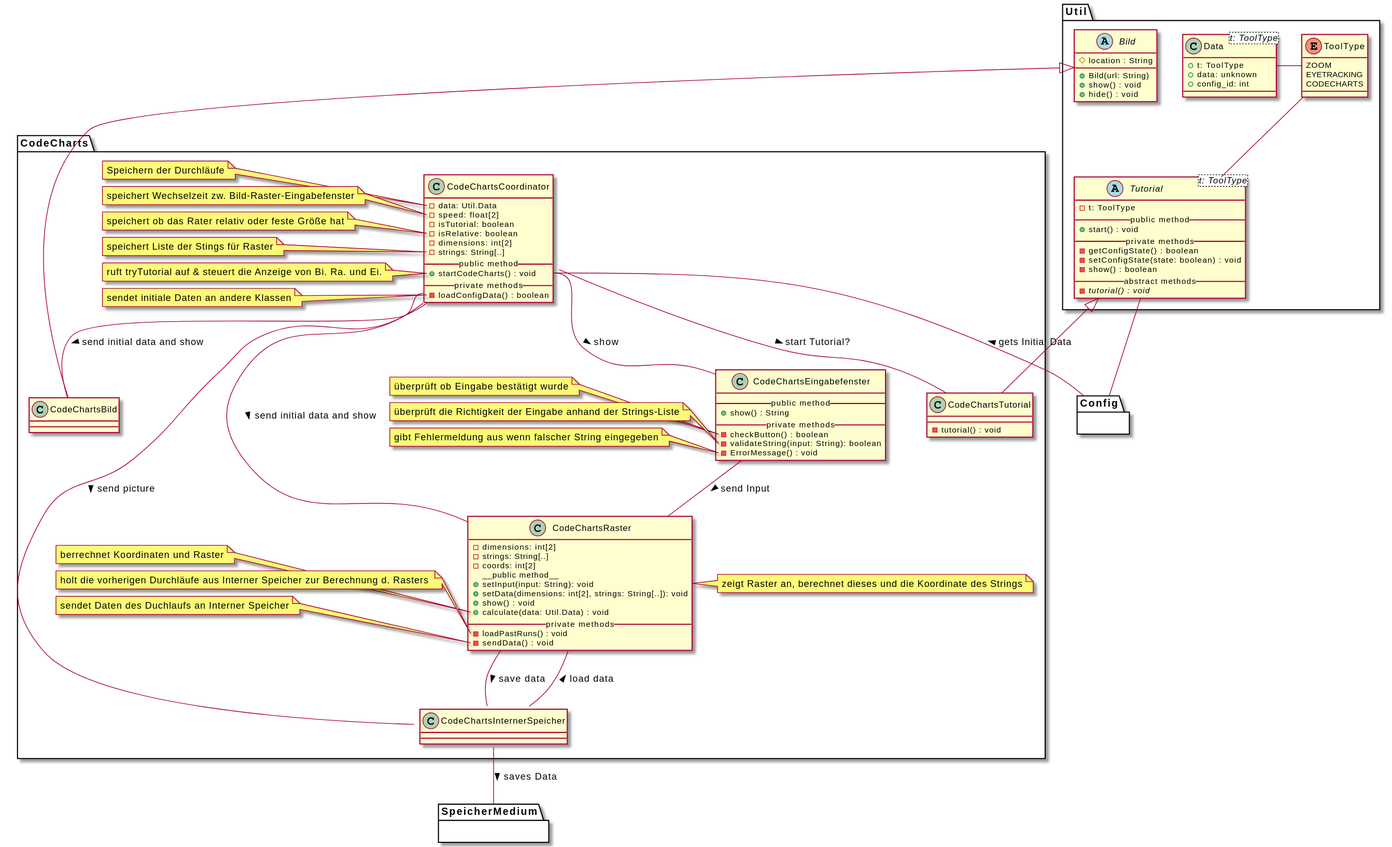
weichware10/meilensteine keeps this PlantUML diagram as meilenstein_03/uml-code_charts/kommentiert/code_charts_commented.svg. Above is the earlier version. Source of this version:
```plantuml
@startuml
top to bottom direction

package Util {
    abstract Tutorial<t: ToolType> {
      - t: ToolType
      __public method__
      + start() : void
      __private methods__
      - getConfigState() : boolean
      - setConfigState(state: boolean) : void
      - show() : boolean
      __abstract methods__
      - {abstract} tutorial() : void
    }

    enum ToolType {
        ZOOM
        EYETRACKING
        CODECHARTS
    }

    Tutorial -u- ToolType
    Data -r- ToolType
    Tutorial -d- Config



    abstract Bild {
        # location : String
        + Bild(url: String)
        + show() : void
        + hide() : void
    }

    class Data<t: ToolType> {
        + t: ToolType
        + data: unknown
        + config_id: int
    }
}

package CodeCharts {

    class CodeChartsTutorial {
      - tutorial() : void
    }

    class CodeChartsCoordinator {
        - data: Util.Data
        - speed: float[2]
        - isTutorial: boolean
        - isRelative: boolean
        - dimensions: int[2]
        - strings: String[..]
        __public method__
        + startCodeCharts() : void
        __private methods__
        - loadConfigData() : boolean
    }

    note left of CodeChartsCoordinator::data
        Speichern der Durchläufe
    end note
    note left of CodeChartsCoordinator::speed
        speichert Wechselzeit zw. Bild-Raster-Eingabefenster
    end note
    note left of CodeChartsCoordinator::isRelative
        speichert ob das Rater relativ oder feste Größe hat
    end note
    note left of CodeChartsCoordinator::strings
        speichert Liste der Stings für Raster
    end note
    note left of CodeChartsCoordinator::startCodeCharts
        ruft tryTutorial auf & steuert die Anzeige von Bi. Ra. und Ei.
    end note
    note left of CodeChartsCoordinator::loadConfigData
        sendet initiale Daten an andere Klassen
    end note

    class CodeChartsBild {
    }

    class CodeChartsRaster {
        - dimensions: int[2]
        - strings: String[..]
        - coords: int[2]
        __public method__
        + setInput(input: String): void
        + setData(dimensions: int[2], strings: String[..]): void
        + show() : void
        + calculate(data: Util.Data) : void
        __private methods__
        - loadPastRuns() : void
        - sendData() : void
    }

    note right of CodeChartsRaster
        zeigt Raster an, berechnet dieses und die Koordinate des Strings
    end note
    note left of CodeChartsRaster::calculate
        berrechnet Koordinaten und Raster
    end note
    note left of CodeChartsRaster::loadPastRuns
        holt die vorherigen Durchläufe aus Interner Speicher zur Berechnung d. Rasters
    end note
    note left of CodeChartsRaster::sendData
        sendet Daten des Duchlaufs an Interner Speicher
    end note

    class CodeChartsEingabefenster {
        __public method__
        + show() : String
        __private methods__
        - checkButton() : boolean
        - validateString(input: String): boolean
        - ErrorMessage() : void
    }

    note left of CodeChartsEingabefenster::checkButton
        überprüft ob Eingabe bestätigt wurde
    end note
    note left of CodeChartsEingabefenster::validateString
        überprüft die Richtigkeit der Eingabe anhand der Strings-Liste
    end note
    note left of CodeChartsEingabefenster::ErrorMessage
        gibt Fehlermeldung aus wenn falscher String eingegeben
    end note

    Bild <|-d- CodeChartsBild
    Tutorial <|-d- CodeChartsTutorial

    CodeChartsCoordinator -- CodeChartsBild : > send initial data and show
    CodeChartsCoordinator -- CodeChartsRaster : > send initial data and show
    CodeChartsCoordinator::startCodeCharts -- CodeChartsEingabefenster : > show
    CodeChartsCoordinator::loadConfigData -- CodeChartsInternerSpeicher : > send picture
    CodeChartsCoordinator::tryTutorial -- CodeChartsTutorial : > start Tutorial?
    CodeChartsRaster -- CodeChartsInternerSpeicher : < load data
    CodeChartsRaster -- CodeChartsInternerSpeicher : > save data
    CodeChartsEingabefenster -- CodeChartsRaster : > send Input



    CodeChartsInternerSpeicher::saveData -- SpeicherMedium : > saves Data
    CodeChartsCoordinator::startCodeCharts -- Config : < gets Initial Data

}

package Config {}

package SpeicherMedium {}
@enduml
```
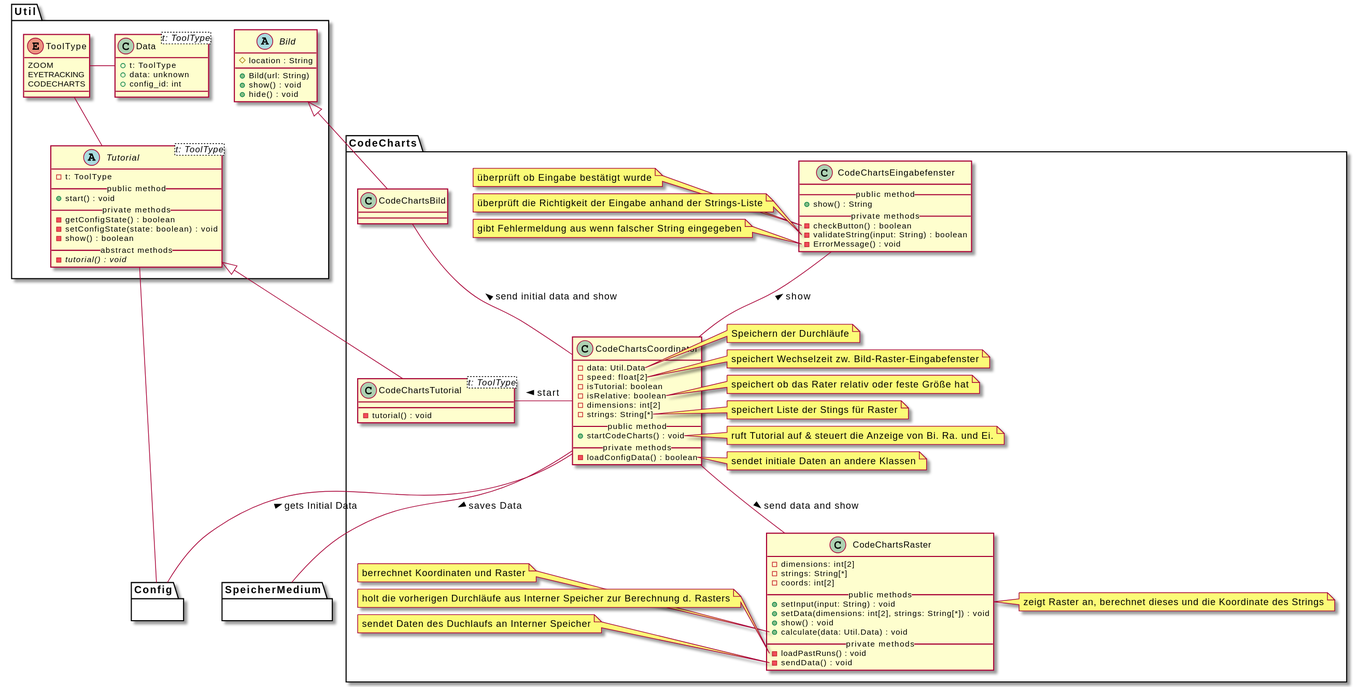
Above is the later version.

Commit message:
Render PlantUML SVGs

Diff of the diagram source:
```diff
@@ -3,15 +3,15 @@
 
 package Util {
     abstract Tutorial<t: ToolType> {
-      - t: ToolType
-      __public method__
-      + start() : void
-      __private methods__
-      - getConfigState() : boolean
-      - setConfigState(state: boolean) : void
-      - show() : boolean
-      __abstract methods__
-      - {abstract} tutorial() : void
+        - t: ToolType
+        __public method__
+        + start() : void
+        __private methods__
+        - getConfigState() : boolean
+        - setConfigState(state: boolean) : void
+        - show() : boolean
+        __abstract methods__
+        - {abstract} tutorial() : void
     }
 
     enum ToolType {
@@ -42,8 +42,8 @@
 
 package CodeCharts {
 
-    class CodeChartsTutorial {
-      - tutorial() : void
+    class CodeChartsTutorial<t: ToolType> {
+        - tutorial() : void
     }
 
     class CodeChartsCoordinator {
@@ -52,42 +52,41 @@
         - isTutorial: boolean
         - isRelative: boolean
         - dimensions: int[2]
-        - strings: String[..]
+        - strings: String[*]
         __public method__
         + startCodeCharts() : void
         __private methods__
         - loadConfigData() : boolean
     }
 
-    note left of CodeChartsCoordinator::data
+    note right of CodeChartsCoordinator::data
         Speichern der Durchläufe
     end note
-    note left of CodeChartsCoordinator::speed
+    note right of CodeChartsCoordinator::speed
         speichert Wechselzeit zw. Bild-Raster-Eingabefenster
     end note
-    note left of CodeChartsCoordinator::isRelative
+    note right of CodeChartsCoordinator::isRelative
         speichert ob das Rater relativ oder feste Größe hat
     end note
-    note left of CodeChartsCoordinator::strings
+    note right of CodeChartsCoordinator::strings
         speichert Liste der Stings für Raster
     end note
-    note left of CodeChartsCoordinator::startCodeCharts
-        ruft tryTutorial auf & steuert die Anzeige von Bi. Ra. und Ei.
+    note right of CodeChartsCoordinator::startCodeCharts
+        ruft Tutorial auf & steuert die Anzeige von Bi. Ra. und Ei.
     end note
-    note left of CodeChartsCoordinator::loadConfigData
+    note right of CodeChartsCoordinator::loadConfigData
         sendet initiale Daten an andere Klassen
     end note
 
-    class CodeChartsBild {
-    }
+    class CodeChartsBild
 
     class CodeChartsRaster {
         - dimensions: int[2]
-        - strings: String[..]
+        - strings: String[*]
         - coords: int[2]
-        __public method__
-        + setInput(input: String): void
-        + setData(dimensions: int[2], strings: String[..]): void
+        __public methods__
+        + setInput(input: String) : void
+        + setData(dimensions: int[2], strings: String[*]) : void
         + show() : void
         + calculate(data: Util.Data) : void
         __private methods__
@@ -113,7 +112,7 @@
         + show() : String
         __private methods__
         - checkButton() : boolean
-        - validateString(input: String): boolean
+        - validateString(input: String) : boolean
         - ErrorMessage() : void
     }
 
@@ -127,22 +126,18 @@
         gibt Fehlermeldung aus wenn falscher String eingegeben
     end note
 
-    Bild <|-d- CodeChartsBild
-    Tutorial <|-d- CodeChartsTutorial
+    Bild <|-- CodeChartsBild
+    Tutorial <|-- CodeChartsTutorial
 
-    CodeChartsCoordinator -- CodeChartsBild : > send initial data and show
-    CodeChartsCoordinator -- CodeChartsRaster : > send initial data and show
-    CodeChartsCoordinator::startCodeCharts -- CodeChartsEingabefenster : > show
-    CodeChartsCoordinator::loadConfigData -- CodeChartsInternerSpeicher : > send picture
-    CodeChartsCoordinator::tryTutorial -- CodeChartsTutorial : > start Tutorial?
-    CodeChartsRaster -- CodeChartsInternerSpeicher : < load data
-    CodeChartsRaster -- CodeChartsInternerSpeicher : > save data
-    CodeChartsEingabefenster -- CodeChartsRaster : > send Input
+    CodeChartsCoordinator -u- CodeChartsBild : > send initial data and show
+    CodeChartsCoordinator -d- CodeChartsRaster : > send data and show
+    CodeChartsCoordinator -u- CodeChartsEingabefenster : > show
+    CodeChartsCoordinator -r- CodeChartsTutorial : > start
 
 
 
-    CodeChartsInternerSpeicher::saveData -- SpeicherMedium : > saves Data
-    CodeChartsCoordinator::startCodeCharts -- Config : < gets Initial Data
+    CodeChartsCoordinator -d- SpeicherMedium : > saves Data
+    CodeChartsCoordinator -- Config : < gets Initial Data
 
 }
 
```
